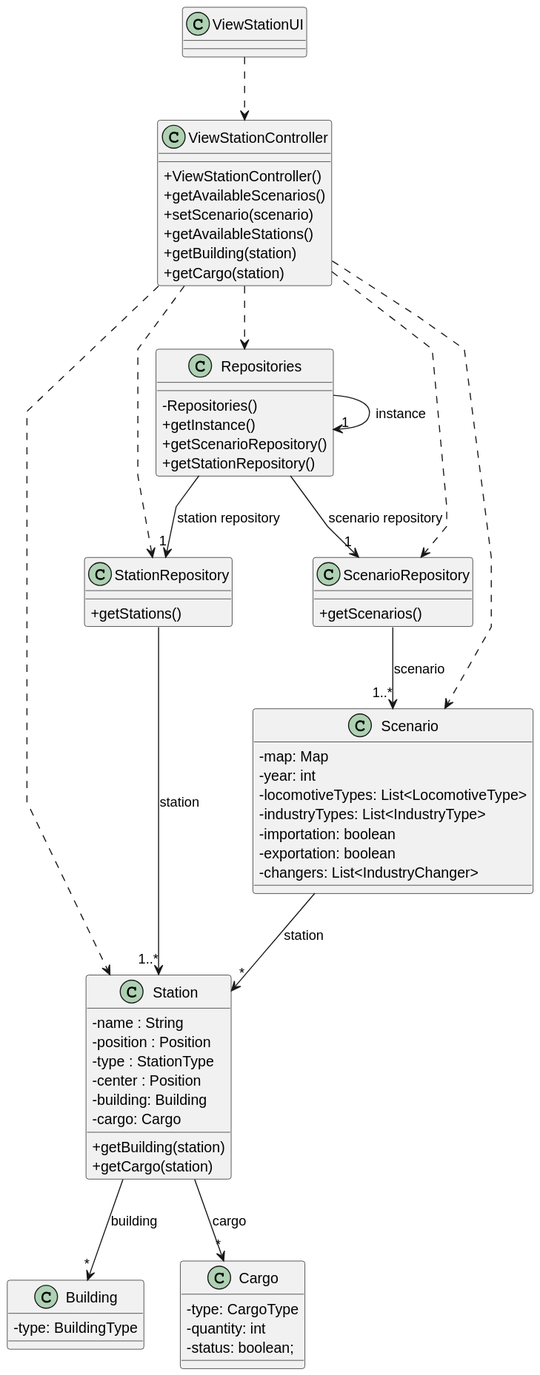
Earlier version of the PlantUML export Sprint3/US007/03.design/svg/US007-CD.svg (1240935/pi2-railway-simulator).
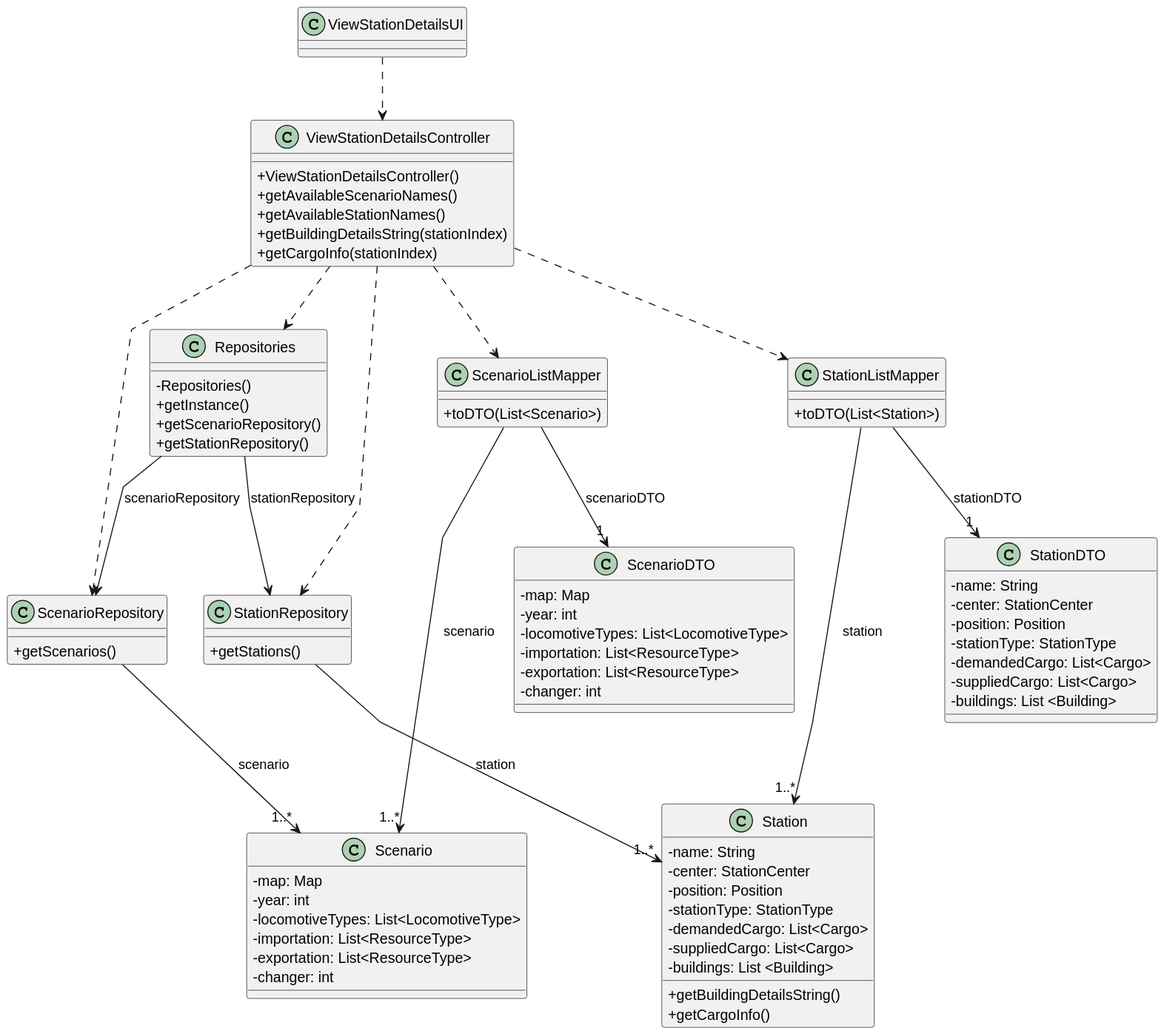
Later version of the same file.

Change to the diagram source:
```diff
@@ -7,80 +7,100 @@
 
 
 
-class ViewStationUI {
-}
-
-class ViewStationController {
-  +ViewStationController()
-  +getAvailableScenarios()
-  +setScenario(scenario)
-  +getAvailableStations()
-  +getBuilding(station)
-  +getCargo(station)
-}
-
-class Repositories {
-  -Repositories()
-  +getInstance()
-  +getScenarioRepository()
-  +getStationRepository()
-}
-
-class ScenarioRepository {
-  +getScenarios()
-}
-
-class StationRepository {
-  +getStations()
-}
-
-class Scenario {
-    -map: Map
-    -year: int
-    -locomotiveTypes: List<LocomotiveType>
-    -industryTypes: List<IndustryType>
-    -importation: boolean
-    -exportation: boolean
-    -changers: List<IndustryChanger>
-}
+    class ViewStationDetailsUI {
+    }
 
 
-class Station{
-    -name : String
-    -position : Position
-    -type : StationType
-    -center : Position
-    -building: Building
-    -cargo: Cargo
-    +getBuilding(station)
-    +getCargo(station)
-}
-
-class Building {
-    -type: BuildingType
-}
-
-class Cargo {
-  -type: CargoType
-  -quantity: int
-  -status: boolean;
-}
+    class ViewStationDetailsController {
+        +ViewStationDetailsController()
+        +getAvailableScenarioNames()
+        +getAvailableStationNames()
+        +getBuildingDetailsString(stationIndex)
+        +getCargoInfo(stationIndex)
+    }
 
 
-ViewStationUI ..> ViewStationController
-ViewStationController ..> Repositories
-ViewStationController ..> ScenarioRepository
-ViewStationController ..> StationRepository
-ViewStationController ..> Scenario
-ViewStationController ..> Station
+    class Repositories {
+        -Repositories()
+        +getInstance()
+        +getScenarioRepository()
+        +getStationRepository()
+    }
 
-Repositories -> "1" Repositories : instance
-Repositories --> "1" ScenarioRepository : scenario repository
-Repositories --> "1" StationRepository : station repository
-ScenarioRepository --> "1..*" Scenario : scenario
-StationRepository --> "1..*" Station : station
-Scenario --> "*" Station : station
+    class ScenarioRepository {
+        +getScenarios()
+    }
 
-Station --> "*" Building : building
-Station --> "*" Cargo : cargo
+    class StationRepository {
+        +getStations()
+    }
+
+    class Scenario {
+        - map: Map
+            - year: int
+            - locomotiveTypes: List<LocomotiveType>
+            - importation: List<ResourceType>
+            - exportation: List<ResourceType>
+            - changer: int
+    }
+
+    class Station {
+        -name: String
+            -center: StationCenter
+            -position: Position
+            -stationType: StationType
+            -demandedCargo: List<Cargo>
+            -suppliedCargo: List<Cargo>
+            -buildings: List <Building>
+        +getBuildingDetailsString()
+        +getCargoInfo()
+    }
+
+
+    class ScenarioListMapper {
+        +toDTO(List<Scenario>)
+    }
+
+    class StationListMapper {
+        +toDTO(List<Station>)
+    }
+
+
+    class ScenarioDTO {
+        - map: Map
+            - year: int
+            - locomotiveTypes: List<LocomotiveType>
+            - importation: List<ResourceType>
+            - exportation: List<ResourceType>
+            - changer: int
+    }
+
+    class StationDTO {
+        -name: String
+            -center: StationCenter
+            -position: Position
+            -stationType: StationType
+            -demandedCargo: List<Cargo>
+            -suppliedCargo: List<Cargo>
+            -buildings: List <Building>
+    }
+
+    ViewStationDetailsUI ..> ViewStationDetailsController
+
+    ViewStationDetailsController ..> Repositories
+    ViewStationDetailsController ..> ScenarioRepository
+    ViewStationDetailsController ..> StationRepository
+    ViewStationDetailsController ..> ScenarioListMapper
+    ViewStationDetailsController ..> StationListMapper
+
+    Repositories --> ScenarioRepository: scenarioRepository
+    Repositories --> StationRepository: stationRepository
+
+    StationRepository --> "1..*" Station: station
+    ScenarioRepository --> "1..*" Scenario: scenario
+
+    ScenarioListMapper --> "1" ScenarioDTO: scenarioDTO
+    ScenarioListMapper --> "1..*" Scenario: scenario
+    StationListMapper --> "1" StationDTO: stationDTO
+    StationListMapper --> "1..*" Station: station
 @enduml
```
